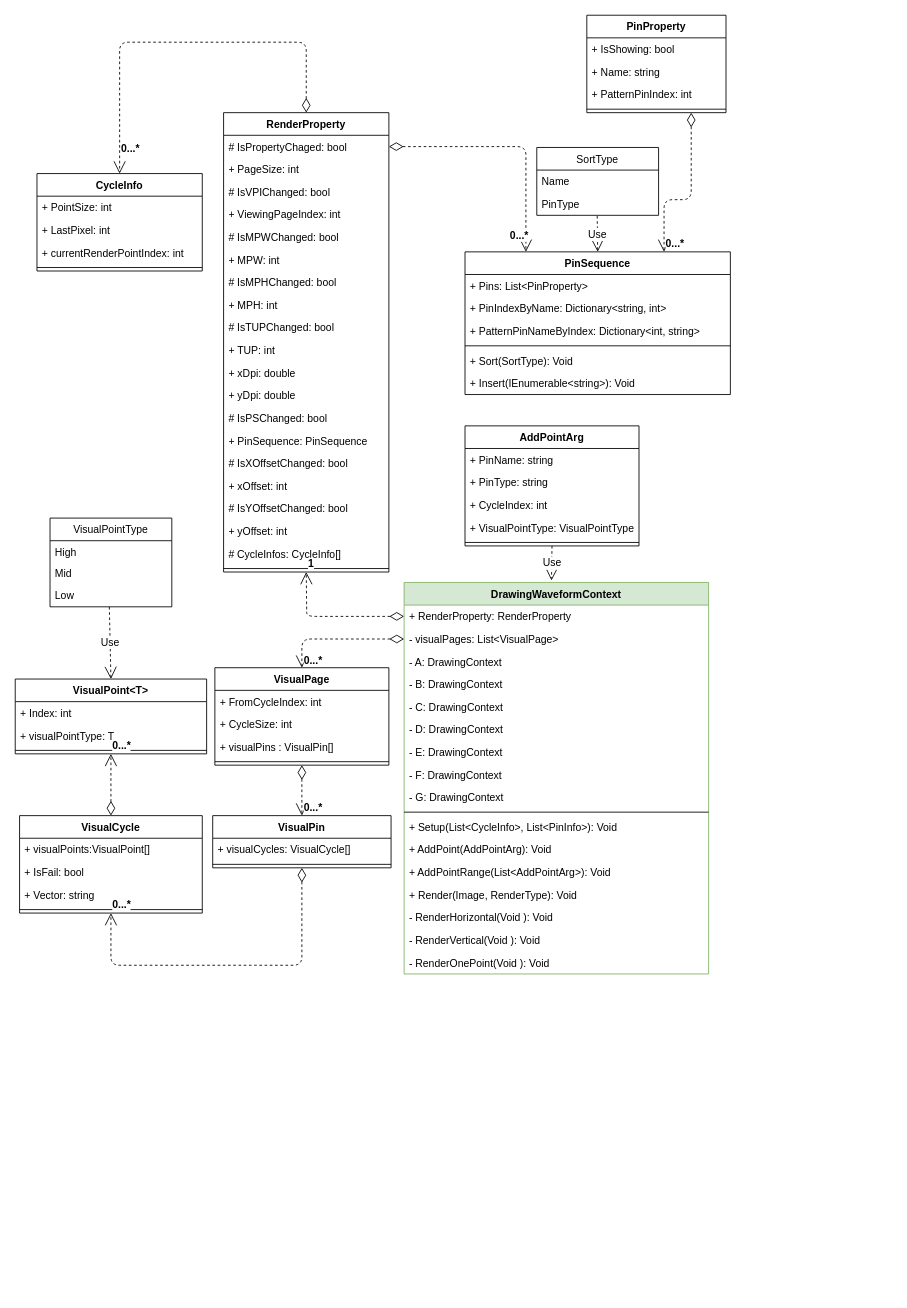
This is page "WF Class Diagram" (3 of 4) of SG9KG5/Waveform.drawio from Jasson-Chou/Software-Projects, a draw.io file, before an edit. Source tidied: cells renumbered, new cells numbered last; positions are measured from the earlier drawing's top-left corner, leaving out a move shared by most shapes. Both pictures are drawn from the tidied source at 87%, with x=0, y=0 at pixel (-23, 15).
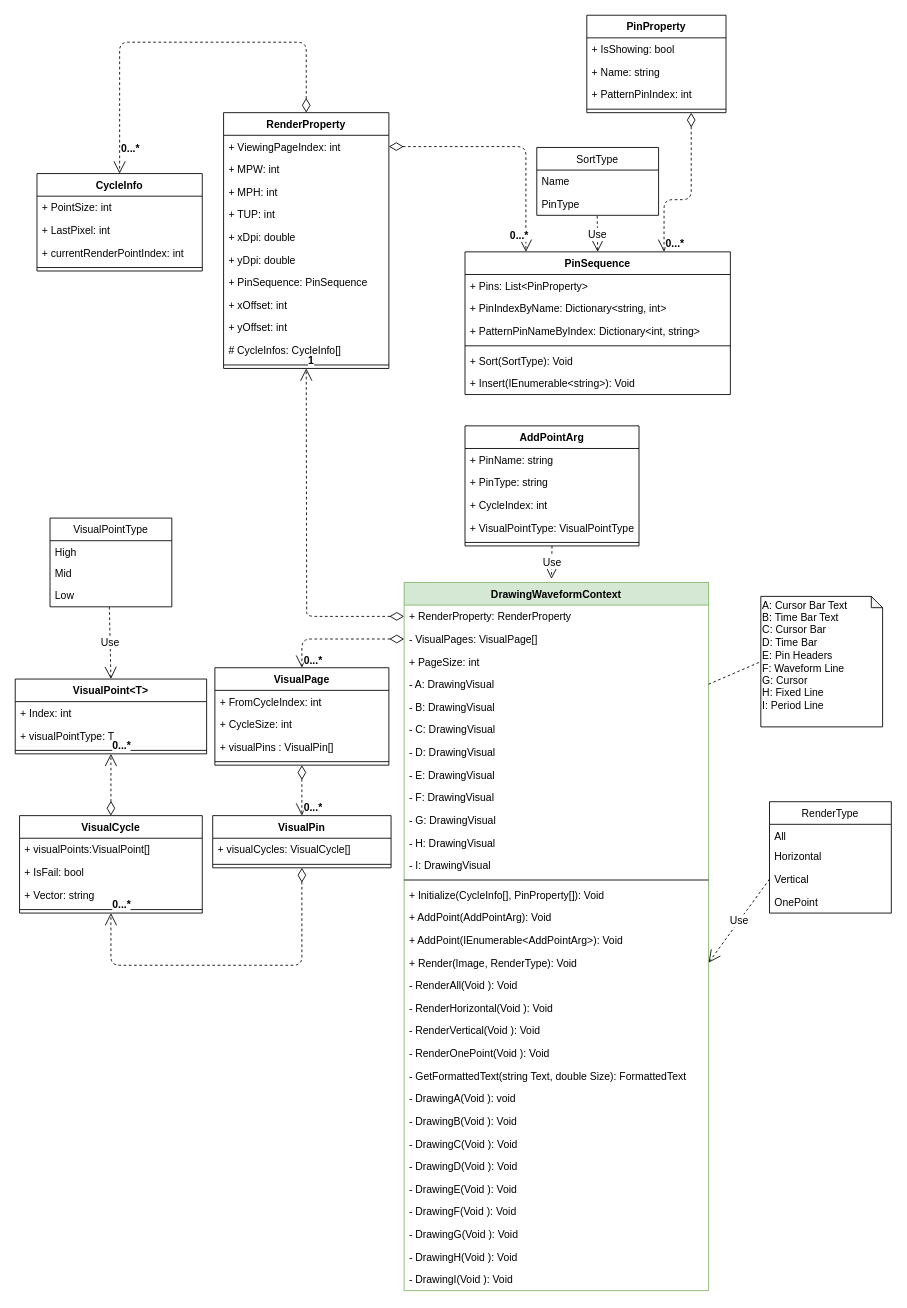
Above is the later version.

Change to the diagram source:
```diff
@@
     <mxCell id="2" value="DrawingWaveformContext" style="swimlane;fontStyle=1;align=center;verticalAlign=top;horizontal=1;startSize=26;fillColor=#d5e8d4;strokeColor=#82b366;" parent="1" vertex="1">
-      <mxGeometry x="490" y="652" width="350" height="450" as="geometry" />
+      <mxGeometry x="490" y="652" width="350" height="814" as="geometry" />
     </mxCell>
@@
-    <mxCell id="4" value="- visualPages: List&lt;VisualPage&gt;" style="text;strokeColor=none;fillColor=none;align=left;verticalAlign=top;spacingLeft=4;spacingRight=4;overflow=hidden;points=[[0,0.5],[1,0.5]];portConstraint=eastwest;" parent="2" vertex="1">
+    <mxCell id="4" value="- VisualPages: VisualPage[]" style="text;strokeColor=none;fillColor=none;align=left;verticalAlign=top;spacingLeft=4;spacingRight=4;overflow=hidden;points=[[0,0.5],[1,0.5]];portConstraint=eastwest;" parent="2" vertex="1">
       <mxGeometry y="52" width="350" height="26" as="geometry" />
     </mxCell>
+    <mxCell id="44" value="+ PageSize: int" style="text;strokeColor=none;fillColor=none;align=left;verticalAlign=top;spacingLeft=4;spacingRight=4;overflow=hidden;" parent="2" vertex="1">
+      <mxGeometry y="78" width="350" height="26" as="geometry" />
+    </mxCell>
-    <mxCell id="5" value="- A: DrawingContext" style="text;strokeColor=none;fillColor=none;align=left;verticalAlign=top;spacingLeft=4;spacingRight=4;overflow=hidden;points=[[0,0.5],[1,0.5]];portConstraint=eastwest;" parent="2" vertex="1">
-      <mxGeometry y="78" width="350" height="26" as="geometry" />
+    <mxCell id="5" value="- A: DrawingVisual" style="text;strokeColor=none;fillColor=none;align=left;verticalAlign=top;spacingLeft=4;spacingRight=4;overflow=hidden;points=[[0,0.5],[1,0.5]];portConstraint=eastwest;" parent="2" vertex="1">
+      <mxGeometry y="104" width="350" height="26" as="geometry" />
     </mxCell>
-    <mxCell id="6" value="- B: DrawingContext" style="text;strokeColor=none;fillColor=none;align=left;verticalAlign=top;spacingLeft=4;spacingRight=4;overflow=hidden;" parent="2" vertex="1">
-      <mxGeometry y="104" width="350" height="26" as="geometry" />
+    <mxCell id="6" value="- B: DrawingVisual" style="text;strokeColor=none;fillColor=none;align=left;verticalAlign=top;spacingLeft=4;spacingRight=4;overflow=hidden;" parent="2" vertex="1">
+      <mxGeometry y="130" width="350" height="26" as="geometry" />
     </mxCell>
-    <mxCell id="7" value="- C: DrawingContext" style="text;strokeColor=none;fillColor=none;align=left;verticalAlign=top;spacingLeft=4;spacingRight=4;overflow=hidden;" parent="2" vertex="1">
-      <mxGeometry y="130" width="350" height="26" as="geometry" />
+    <mxCell id="7" value="- C: DrawingVisual" style="text;strokeColor=none;fillColor=none;align=left;verticalAlign=top;spacingLeft=4;spacingRight=4;overflow=hidden;" parent="2" vertex="1">
+      <mxGeometry y="156" width="350" height="26" as="geometry" />
     </mxCell>
-    <mxCell id="8" value="- D: DrawingContext" style="text;strokeColor=none;fillColor=none;align=left;verticalAlign=top;spacingLeft=4;spacingRight=4;overflow=hidden;" parent="2" vertex="1">
-      <mxGeometry y="156" width="350" height="26" as="geometry" />
+    <mxCell id="8" value="- D: DrawingVisual" style="text;strokeColor=none;fillColor=none;align=left;verticalAlign=top;spacingLeft=4;spacingRight=4;overflow=hidden;" parent="2" vertex="1">
+      <mxGeometry y="182" width="350" height="26" as="geometry" />
     </mxCell>
-    <mxCell id="9" value="- E: DrawingContext" style="text;strokeColor=none;fillColor=none;align=left;verticalAlign=top;spacingLeft=4;spacingRight=4;overflow=hidden;" parent="2" vertex="1">
-      <mxGeometry y="182" width="350" height="26" as="geometry" />
+    <mxCell id="9" value="- E: DrawingVisual" style="text;strokeColor=none;fillColor=none;align=left;verticalAlign=top;spacingLeft=4;spacingRight=4;overflow=hidden;" parent="2" vertex="1">
+      <mxGeometry y="208" width="350" height="26" as="geometry" />
     </mxCell>
-    <mxCell id="10" value="- F: DrawingContext" style="text;strokeColor=none;fillColor=none;align=left;verticalAlign=top;spacingLeft=4;spacingRight=4;overflow=hidden;" parent="2" vertex="1">
-      <mxGeometry y="208" width="350" height="26" as="geometry" />
+    <mxCell id="10" value="- F: DrawingVisual" style="text;strokeColor=none;fillColor=none;align=left;verticalAlign=top;spacingLeft=4;spacingRight=4;overflow=hidden;" parent="2" vertex="1">
+      <mxGeometry y="234" width="350" height="26" as="geometry" />
     </mxCell>
-    <mxCell id="11" value="- G: DrawingContext" style="text;strokeColor=none;fillColor=none;align=left;verticalAlign=top;spacingLeft=4;spacingRight=4;overflow=hidden;" parent="2" vertex="1">
-      <mxGeometry y="234" width="350" height="26" as="geometry" />
+    <mxCell id="11" value="- G: DrawingVisual" style="text;strokeColor=none;fillColor=none;align=left;verticalAlign=top;spacingLeft=4;spacingRight=4;overflow=hidden;" parent="2" vertex="1">
+      <mxGeometry y="260" width="350" height="26" as="geometry" />
     </mxCell>
+    <mxCell id="99" value="- H: DrawingVisual" style="text;strokeColor=none;fillColor=none;align=left;verticalAlign=top;spacingLeft=4;spacingRight=4;overflow=hidden;" parent="2" vertex="1">
+      <mxGeometry y="286" width="350" height="26" as="geometry" />
+    </mxCell>
+    <mxCell id="100" value="- I: DrawingVisual" style="text;strokeColor=none;fillColor=none;align=left;verticalAlign=top;spacingLeft=4;spacingRight=4;overflow=hidden;" parent="2" vertex="1">
+      <mxGeometry y="312" width="350" height="26" as="geometry" />
+    </mxCell>
     <mxCell id="12" style="line;strokeWidth=1;fillColor=none;align=left;verticalAlign=middle;spacingTop=-1;spacingLeft=3;spacingRight=3;labelPosition=right;" parent="2" vertex="1">
-      <mxGeometry y="260" width="350" height="8" as="geometry" />
+      <mxGeometry y="338" width="350" height="8" as="geometry" />
     </mxCell>
-    <mxCell id="13" value="+ Setup(List&lt;CycleInfo&gt;, List&lt;PinInfo&gt;): Void" style="text;strokeColor=none;fillColor=none;align=left;verticalAlign=top;spacingLeft=4;spacingRight=4;overflow=hidden;" parent="2" vertex="1">
-      <mxGeometry y="268" width="350" height="26" as="geometry" />
+    <mxCell id="13" value="+ Initialize(CycleInfo[], PinProperty[]): Void" style="text;strokeColor=none;fillColor=none;align=left;verticalAlign=top;spacingLeft=4;spacingRight=4;overflow=hidden;" parent="2" vertex="1">
+      <mxGeometry y="346" width="350" height="26" as="geometry" />
     </mxCell>
     <mxCell id="14" value="+ AddPoint(AddPointArg): Void" style="text;strokeColor=none;fillColor=none;align=left;verticalAlign=top;spacingLeft=4;spacingRight=4;overflow=hidden;" parent="2" vertex="1">
-      <mxGeometry y="294" width="350" height="26" as="geometry" />
+      <mxGeometry y="372" width="350" height="26" as="geometry" />
     </mxCell>
-    <mxCell id="15" value="+ AddPointRange(List&lt;AddPointArg&gt;): Void" style="text;strokeColor=none;fillColor=none;align=left;verticalAlign=top;spacingLeft=4;spacingRight=4;overflow=hidden;" parent="2" vertex="1">
-      <mxGeometry y="320" width="350" height="26" as="geometry" />
+    <mxCell id="15" value="+ AddPoint(IEnumerable&lt;AddPointArg&gt;): Void" style="text;strokeColor=none;fillColor=none;align=left;verticalAlign=top;spacingLeft=4;spacingRight=4;overflow=hidden;" parent="2" vertex="1">
+      <mxGeometry y="398" width="350" height="26" as="geometry" />
     </mxCell>
     <mxCell id="16" value="+ Render(Image, RenderType): Void" style="text;strokeColor=none;fillColor=none;align=left;verticalAlign=top;spacingLeft=4;spacingRight=4;overflow=hidden;points=[[0,0.5],[1,0.5]];portConstraint=eastwest;" parent="2" vertex="1">
-      <mxGeometry y="346" width="350" height="26" as="geometry" />
+      <mxGeometry y="424" width="350" height="26" as="geometry" />
     </mxCell>
+    <mxCell id="101" value="- RenderAll(Void ): Void" style="text;strokeColor=none;fillColor=none;align=left;verticalAlign=top;spacingLeft=4;spacingRight=4;overflow=hidden;" parent="2" vertex="1">
+      <mxGeometry y="450" width="350" height="26" as="geometry" />
+    </mxCell>
     <mxCell id="17" value="- RenderHorizontal(Void ): Void" style="text;strokeColor=none;fillColor=none;align=left;verticalAlign=top;spacingLeft=4;spacingRight=4;overflow=hidden;" parent="2" vertex="1">
-      <mxGeometry y="372" width="350" height="26" as="geometry" />
+      <mxGeometry y="476" width="350" height="26" as="geometry" />
     </mxCell>
     <mxCell id="18" value="- RenderVertical(Void ): Void" style="text;strokeColor=none;fillColor=none;align=left;verticalAlign=top;spacingLeft=4;spacingRight=4;overflow=hidden;" parent="2" vertex="1">
-      <mxGeometry y="398" width="350" height="26" as="geometry" />
+      <mxGeometry y="502" width="350" height="26" as="geometry" />
     </mxCell>
     <mxCell id="19" value="- RenderOnePoint(Void ): Void" style="text;strokeColor=none;fillColor=none;align=left;verticalAlign=top;spacingLeft=4;spacingRight=4;overflow=hidden;" parent="2" vertex="1">
-      <mxGeometry y="424" width="350" height="26" as="geometry" />
+      <mxGeometry y="528" width="350" height="26" as="geometry" />
     </mxCell>
+    <mxCell id="102" value="- GetFormattedText(string Text, double Size): FormattedText" style="text;strokeColor=none;fillColor=none;align=left;verticalAlign=top;spacingLeft=4;spacingRight=4;overflow=hidden;" parent="2" vertex="1">
+      <mxGeometry y="554" width="350" height="26" as="geometry" />
+    </mxCell>
+    <mxCell id="103" value="- DrawingA(Void ): void" style="text;strokeColor=none;fillColor=none;align=left;verticalAlign=top;spacingLeft=4;spacingRight=4;overflow=hidden;" parent="2" vertex="1">
+      <mxGeometry y="580" width="350" height="26" as="geometry" />
+    </mxCell>
+    <mxCell id="104" value="- DrawingB(Void ): Void" style="text;strokeColor=none;fillColor=none;align=left;verticalAlign=top;spacingLeft=4;spacingRight=4;overflow=hidden;" parent="2" vertex="1">
+      <mxGeometry y="606" width="350" height="26" as="geometry" />
+    </mxCell>
+    <mxCell id="105" value="- DrawingC(Void ): Void" style="text;strokeColor=none;fillColor=none;align=left;verticalAlign=top;spacingLeft=4;spacingRight=4;overflow=hidden;" parent="2" vertex="1">
+      <mxGeometry y="632" width="350" height="26" as="geometry" />
+    </mxCell>
+    <mxCell id="106" value="- DrawingD(Void ): Void" style="text;strokeColor=none;fillColor=none;align=left;verticalAlign=top;spacingLeft=4;spacingRight=4;overflow=hidden;" parent="2" vertex="1">
+      <mxGeometry y="658" width="350" height="26" as="geometry" />
+    </mxCell>
+    <mxCell id="107" value="- DrawingE(Void ): Void" style="text;strokeColor=none;fillColor=none;align=left;verticalAlign=top;spacingLeft=4;spacingRight=4;overflow=hidden;" parent="2" vertex="1">
+      <mxGeometry y="684" width="350" height="26" as="geometry" />
+    </mxCell>
+    <mxCell id="108" value="- DrawingF(Void ): Void" style="text;strokeColor=none;fillColor=none;align=left;verticalAlign=top;spacingLeft=4;spacingRight=4;overflow=hidden;" parent="2" vertex="1">
+      <mxGeometry y="710" width="350" height="26" as="geometry" />
+    </mxCell>
+    <mxCell id="109" value="- DrawingG(Void ): Void" style="text;strokeColor=none;fillColor=none;align=left;verticalAlign=top;spacingLeft=4;spacingRight=4;overflow=hidden;" parent="2" vertex="1">
+      <mxGeometry y="736" width="350" height="26" as="geometry" />
+    </mxCell>
+    <mxCell id="110" value="- DrawingH(Void ): Void" style="text;strokeColor=none;fillColor=none;align=left;verticalAlign=top;spacingLeft=4;spacingRight=4;overflow=hidden;" parent="2" vertex="1">
+      <mxGeometry y="762" width="350" height="26" as="geometry" />
+    </mxCell>
+    <mxCell id="111" value="- DrawingI(Void ): Void" style="text;strokeColor=none;fillColor=none;align=left;verticalAlign=top;spacingLeft=4;spacingRight=4;overflow=hidden;" parent="2" vertex="1">
+      <mxGeometry y="788" width="350" height="26" as="geometry" />
+    </mxCell>
@@
     <mxCell id="42" value="RenderProperty" style="swimlane;fontStyle=1;align=center;verticalAlign=top;horizontal=1;startSize=26;" parent="1" vertex="1">
-      <mxGeometry x="282.5" y="112" width="190" height="528" as="geometry" />
+      <mxGeometry x="282.5" y="112" width="190" height="294" as="geometry" />
     </mxCell>
-    <mxCell id="43" value="# IsPropertyChaged: bool" style="text;strokeColor=none;fillColor=none;align=left;verticalAlign=top;spacingLeft=4;spacingRight=4;overflow=hidden;points=[[0,0.5],[1,0.5]];portConstraint=eastwest;fontSize=12;" parent="42" vertex="1">
-      <mxGeometry y="26" width="190" height="26" as="geometry" />
-    </mxCell>
-    <mxCell id="44" value="+ PageSize: int" style="text;strokeColor=none;fillColor=none;align=left;verticalAlign=top;spacingLeft=4;spacingRight=4;overflow=hidden;" parent="42" vertex="1">
-      <mxGeometry y="52" width="190" height="26" as="geometry" />
-    </mxCell>
-    <mxCell id="45" value="# IsVPIChanged: bool" style="text;strokeColor=none;fillColor=none;align=left;verticalAlign=top;spacingLeft=4;spacingRight=4;overflow=hidden;fontSize=12;" parent="42" vertex="1">
-      <mxGeometry y="78" width="190" height="26" as="geometry" />
-    </mxCell>
     <mxCell id="46" value="+ ViewingPageIndex: int" style="text;strokeColor=none;fillColor=none;align=left;verticalAlign=top;spacingLeft=4;spacingRight=4;overflow=hidden;" parent="42" vertex="1">
-      <mxGeometry y="104" width="190" height="26" as="geometry" />
+      <mxGeometry y="26" width="190" height="26" as="geometry" />
     </mxCell>
-    <mxCell id="47" value="# IsMPWChanged: bool" style="text;strokeColor=none;fillColor=none;align=left;verticalAlign=top;spacingLeft=4;spacingRight=4;overflow=hidden;fontSize=12;" parent="42" vertex="1">
-      <mxGeometry y="130" width="190" height="26" as="geometry" />
-    </mxCell>
     <mxCell id="48" value="+ MPW: int" style="text;strokeColor=none;fillColor=none;align=left;verticalAlign=top;spacingLeft=4;spacingRight=4;overflow=hidden;" parent="42" vertex="1">
-      <mxGeometry y="156" width="190" height="26" as="geometry" />
+      <mxGeometry y="52" width="190" height="26" as="geometry" />
     </mxCell>
-    <mxCell id="49" value="# IsMPHChanged: bool" style="text;strokeColor=none;fillColor=none;align=left;verticalAlign=top;spacingLeft=4;spacingRight=4;overflow=hidden;fontSize=12;" parent="42" vertex="1">
-      <mxGeometry y="182" width="190" height="26" as="geometry" />
-    </mxCell>
     <mxCell id="50" value="+ MPH: int" style="text;strokeColor=none;fillColor=none;align=left;verticalAlign=top;spacingLeft=4;spacingRight=4;overflow=hidden;" parent="42" vertex="1">
-      <mxGeometry y="208" width="190" height="26" as="geometry" />
+      <mxGeometry y="78" width="190" height="26" as="geometry" />
     </mxCell>
-    <mxCell id="51" value="# IsTUPChanged: bool" style="text;strokeColor=none;fillColor=none;align=left;verticalAlign=top;spacingLeft=4;spacingRight=4;overflow=hidden;fontSize=12;" parent="42" vertex="1">
-      <mxGeometry y="234" width="190" height="26" as="geometry" />
-    </mxCell>
     <mxCell id="52" value="+ TUP: int" style="text;strokeColor=none;fillColor=none;align=left;verticalAlign=top;spacingLeft=4;spacingRight=4;overflow=hidden;" parent="42" vertex="1">
-      <mxGeometry y="260" width="190" height="26" as="geometry" />
+      <mxGeometry y="104" width="190" height="26" as="geometry" />
     </mxCell>
     <mxCell id="53" value="+ xDpi: double" style="text;strokeColor=none;fillColor=none;align=left;verticalAlign=top;spacingLeft=4;spacingRight=4;overflow=hidden;" parent="42" vertex="1">
-      <mxGeometry y="286" width="190" height="26" as="geometry" />
+      <mxGeometry y="130" width="190" height="26" as="geometry" />
     </mxCell>
     <mxCell id="54" value="+ yDpi: double" style="text;strokeColor=none;fillColor=none;align=left;verticalAlign=top;spacingLeft=4;spacingRight=4;overflow=hidden;" parent="42" vertex="1">
-      <mxGeometry y="312" width="190" height="26" as="geometry" />
+      <mxGeometry y="156" width="190" height="26" as="geometry" />
     </mxCell>
-    <mxCell id="55" value="# IsPSChanged: bool" style="text;strokeColor=none;fillColor=none;align=left;verticalAlign=top;spacingLeft=4;spacingRight=4;overflow=hidden;fontSize=12;" parent="42" vertex="1">
-      <mxGeometry y="338" width="190" height="26" as="geometry" />
-    </mxCell>
     <mxCell id="56" value="+ PinSequence: PinSequence" style="text;strokeColor=none;fillColor=none;align=left;verticalAlign=top;spacingLeft=4;spacingRight=4;overflow=hidden;" parent="42" vertex="1">
-      <mxGeometry y="364" width="190" height="26" as="geometry" />
+      <mxGeometry y="182" width="190" height="26" as="geometry" />
     </mxCell>
-    <mxCell id="57" value="# IsXOffsetChanged: bool" style="text;strokeColor=none;fillColor=none;align=left;verticalAlign=top;spacingLeft=4;spacingRight=4;overflow=hidden;fontSize=12;" parent="42" vertex="1">
-      <mxGeometry y="390" width="190" height="26" as="geometry" />
-    </mxCell>
     <mxCell id="58" value="+ xOffset: int" style="text;strokeColor=none;fillColor=none;align=left;verticalAlign=top;spacingLeft=4;spacingRight=4;overflow=hidden;" parent="42" vertex="1">
-      <mxGeometry y="416" width="190" height="26" as="geometry" />
+      <mxGeometry y="208" width="190" height="26" as="geometry" />
     </mxCell>
-    <mxCell id="59" value="# IsYOffsetChanged: bool" style="text;strokeColor=none;fillColor=none;align=left;verticalAlign=top;spacingLeft=4;spacingRight=4;overflow=hidden;fontSize=12;" parent="42" vertex="1">
-      <mxGeometry y="442" width="190" height="26" as="geometry" />
-    </mxCell>
     <mxCell id="60" value="+ yOffset: int" style="text;strokeColor=none;fillColor=none;align=left;verticalAlign=top;spacingLeft=4;spacingRight=4;overflow=hidden;" parent="42" vertex="1">
-      <mxGeometry y="468" width="190" height="26" as="geometry" />
+      <mxGeometry y="234" width="190" height="26" as="geometry" />
     </mxCell>
     <mxCell id="61" value="# CycleInfos: CycleInfo[]" style="text;strokeColor=none;fillColor=none;align=left;verticalAlign=top;spacingLeft=4;spacingRight=4;overflow=hidden;fontSize=12;" parent="42" vertex="1">
-      <mxGeometry y="494" width="190" height="26" as="geometry" />
+      <mxGeometry y="260" width="190" height="26" as="geometry" />
     </mxCell>
     <mxCell id="62" style="line;strokeWidth=1;fillColor=none;align=left;verticalAlign=middle;spacingTop=-1;spacingLeft=3;spacingRight=3;labelPosition=right;" parent="42" vertex="1">
-      <mxGeometry y="520" width="190" height="8" as="geometry" />
+      <mxGeometry y="286" width="190" height="8" as="geometry" />
     </mxCell>
@@
-    <mxCell id="98" value="&lt;b&gt;0...*&lt;/b&gt;" style="endArrow=open;html=1;endSize=12;startArrow=diamondThin;startSize=14;startFill=0;edgeStyle=orthogonalEdgeStyle;align=left;verticalAlign=bottom;dashed=1;fontSize=12;exitX=1;exitY=0.5;exitDx=0;exitDy=0;" parent="1" edge="1" source="43">
+    <mxCell id="98" value="&lt;b&gt;0...*&lt;/b&gt;" style="endArrow=open;html=1;endSize=12;startArrow=diamondThin;startSize=14;startFill=0;edgeStyle=orthogonalEdgeStyle;align=left;verticalAlign=bottom;dashed=1;fontSize=12;exitX=1;exitY=0.5;exitDx=0;exitDy=0;" parent="1" edge="1">
       <mxGeometry x="0.93" y="-20" relative="1" as="geometry">
+        <mxPoint x="472.5" y="151" as="sourcePoint" />
         <mxPoint x="630" y="272" as="targetPoint" />
         <Array as="points">
           <mxPoint x="630" y="151" />
         </Array>
       </mxGeometry>
     </mxCell>
+    <mxCell id="112" value="RenderType" style="swimlane;fontStyle=0;horizontal=1;startSize=26;fillColor=none;" parent="1" vertex="1">
+      <mxGeometry x="910" y="904" width="140" height="128" as="geometry" />
+    </mxCell>
+    <mxCell id="113" value="All" style="text;strokeColor=none;fillColor=none;align=left;verticalAlign=top;spacingLeft=4;spacingRight=4;overflow=hidden;" parent="112" vertex="1">
+      <mxGeometry y="26" width="140" height="24" as="geometry" />
+    </mxCell>
+    <mxCell id="114" value="Horizontal" style="text;strokeColor=none;fillColor=none;align=left;verticalAlign=top;spacingLeft=4;spacingRight=4;overflow=hidden;" parent="112" vertex="1">
+      <mxGeometry y="50" width="140" height="26" as="geometry" />
+    </mxCell>
+    <mxCell id="115" value="Vertical" style="text;strokeColor=none;fillColor=none;align=left;verticalAlign=top;spacingLeft=4;spacingRight=4;overflow=hidden;points=[[0,0.5],[1,0.5]];portConstraint=eastwest;" parent="112" vertex="1">
+      <mxGeometry y="76" width="140" height="26" as="geometry" />
+    </mxCell>
+    <mxCell id="116" value="OnePoint" style="text;strokeColor=none;fillColor=none;align=left;verticalAlign=top;spacingLeft=4;spacingRight=4;overflow=hidden;" parent="112" vertex="1">
+      <mxGeometry y="102" width="140" height="26" as="geometry" />
+    </mxCell>
+    <mxCell id="117" value="Use" style="endArrow=open;endSize=12;dashed=1;html=1;fontSize=12;exitX=0;exitY=0.5;exitDx=0;exitDy=0;entryX=1;entryY=0.5;entryDx=0;entryDy=0;" parent="1" edge="1" source="115" target="16">
+      <mxGeometry relative="1" as="geometry" />
+    </mxCell>
+    <mxCell id="118" value="&lt;div&gt;A: Cursor Bar Text&lt;/div&gt;&lt;div&gt;B: Time Bar Text&lt;/div&gt;&lt;div&gt;C: Cursor Bar&lt;/div&gt;&lt;div&gt;D: Time Bar&lt;/div&gt;&lt;div&gt;E: Pin Headers&lt;/div&gt;&lt;div&gt;F: Waveform Line&lt;/div&gt;&lt;div&gt;G: Cursor&lt;/div&gt;&lt;div&gt;H: Fixed Line&lt;/div&gt;&lt;div&gt;I: Period Line&lt;/div&gt;&lt;div&gt;&lt;br&gt;&lt;/div&gt;" style="shape=note;whiteSpace=wrap;html=1;backgroundOutline=1;darkOpacity=0.05;align=left;size=13;" parent="1" vertex="1">
+      <mxGeometry x="900" y="668" width="140" height="150" as="geometry" />
+    </mxCell>
+    <mxCell id="119" style="endArrow=none;dashed=1;html=1;entryX=0;entryY=0.5;entryDx=0;entryDy=0;entryPerimeter=0;exitX=1;exitY=0.5;exitDx=0;exitDy=0;" parent="1" edge="1" source="5" target="118">
+      <mxGeometry relative="1" as="geometry" />
+    </mxCell>
```
